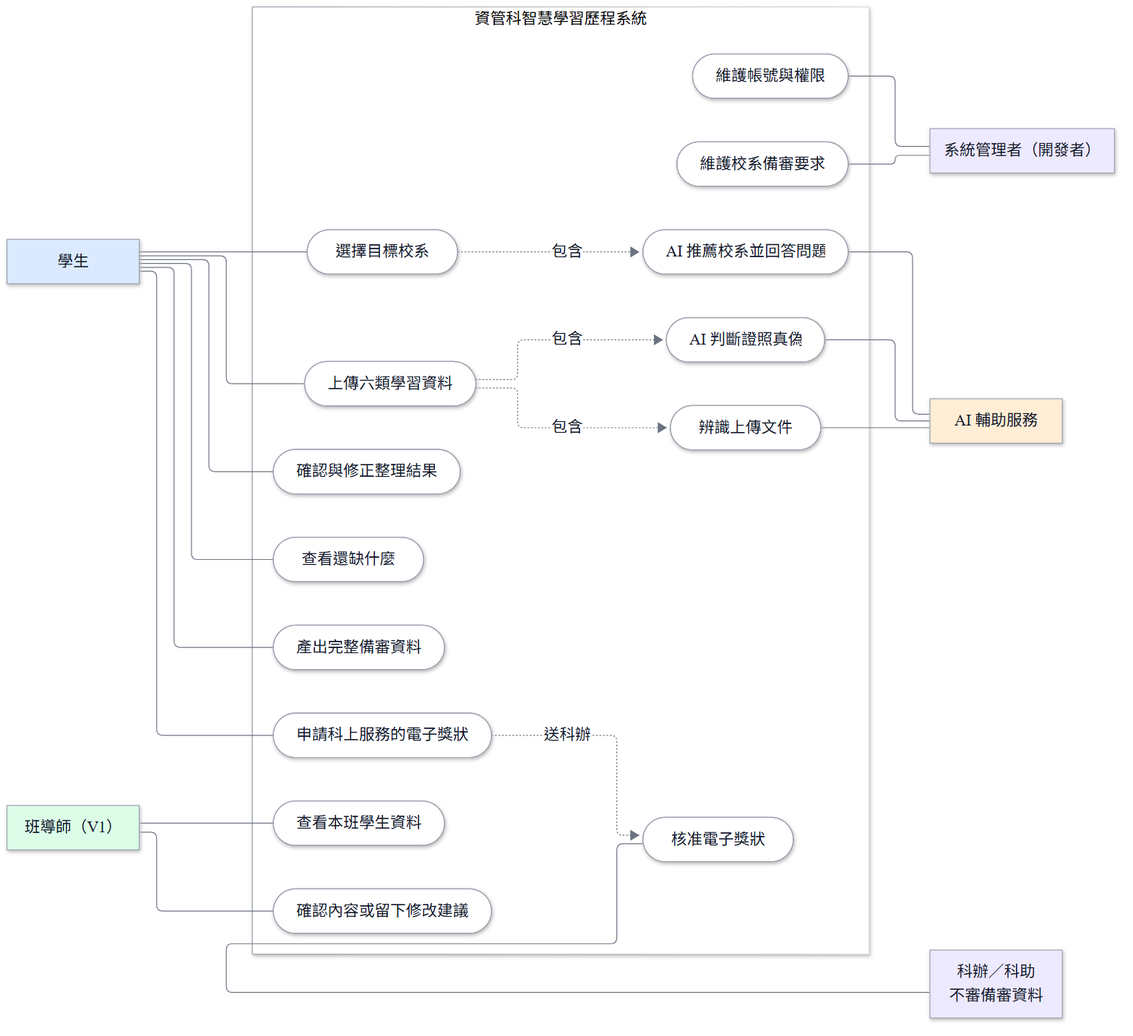
This is docs/images/D-01-use-case-v2.png from 111534107/smart-learning-portfolio-main, a Mermaid export, as it was before one commit. Its source is kept beside it as docs/images/D-01-use-case-v2.mmd. The source it was exported from:
```mermaid
%%{init: {'theme':'base','themeVariables': {'fontSize':'18px','fontFamily':'DFKai-SB, BiauKai, serif','primaryColor':'#F3F4F6','primaryTextColor':'#111827','primaryBorderColor':'#9CA3AF','lineColor':'#6B7280','edgeLabelBackground':'#FFFFFF'},'flowchart':{'wrappingWidth':400}}}%%
flowchart LR
    classDef student fill:#DBEAFE,stroke:#9CA3AF,color:#111827,stroke-width:1px;
    classDef teacher fill:#DCFCE7,stroke:#9CA3AF,color:#111827,stroke-width:1px;
    classDef admin fill:#EDE9FE,stroke:#9CA3AF,color:#111827,stroke-width:1px;
    classDef ai fill:#FFEDD5,stroke:#9CA3AF,color:#111827,stroke-width:1px;
    classDef usecase fill:#FFFFFF,stroke:#9CA3AF,color:#111827,stroke-width:1px;
    classDef staff fill:#EDE9FE,stroke:#9CA3AF,color:#111827,stroke-width:1px;

    Student[學生]:::student
    Teacher[班導師（V1）]:::teacher

    subgraph SYS[資管科智慧學習歷程系統]
        direction TB
        UC1([選擇目標校系]):::usecase
        UC2([上傳六類學習資料]):::usecase
        UC3([確認與修正整理結果]):::usecase
        UC4([查看還缺什麼]):::usecase
        UC5([產出完整備審資料]):::usecase
        UC6([查看本班學生資料]):::usecase
        UC7([確認內容或留下修改建議]):::usecase
        UC8([辨識上傳文件]):::usecase
        UC11([AI 判斷證照真偽]):::usecase
        UC12([AI 推薦校系並回答問題]):::usecase
        UC13([核准電子獎狀]):::usecase
        UC14([申請科上服務的電子獎狀]):::usecase
        UC9([維護校系備審要求]):::usecase
        UC10([維護帳號與權限]):::usecase
    end

    Admin[系統管理者（開發者）]:::admin
    AI[AI 輔助服務]:::ai
    Staff[科辦／科助<br/>不審備審資料]:::staff

    Student --- UC1
    Student --- UC2
    Student --- UC3
    Student --- UC4
    Student --- UC5
    Student --- UC14
    UC14 -. 送科辦 .-> UC13
    UC1 -. 包含 .-> UC12
    UC2 -. 包含 .-> UC11
    Teacher --- UC6
    Teacher --- UC7
    UC2 -. 包含 .-> UC8
    UC8 --- AI
    UC11 --- AI
    UC12 --- AI
    Staff --- UC13
    UC9 --- Admin
    UC10 --- Admin
    SYS ~~~ Staff
```
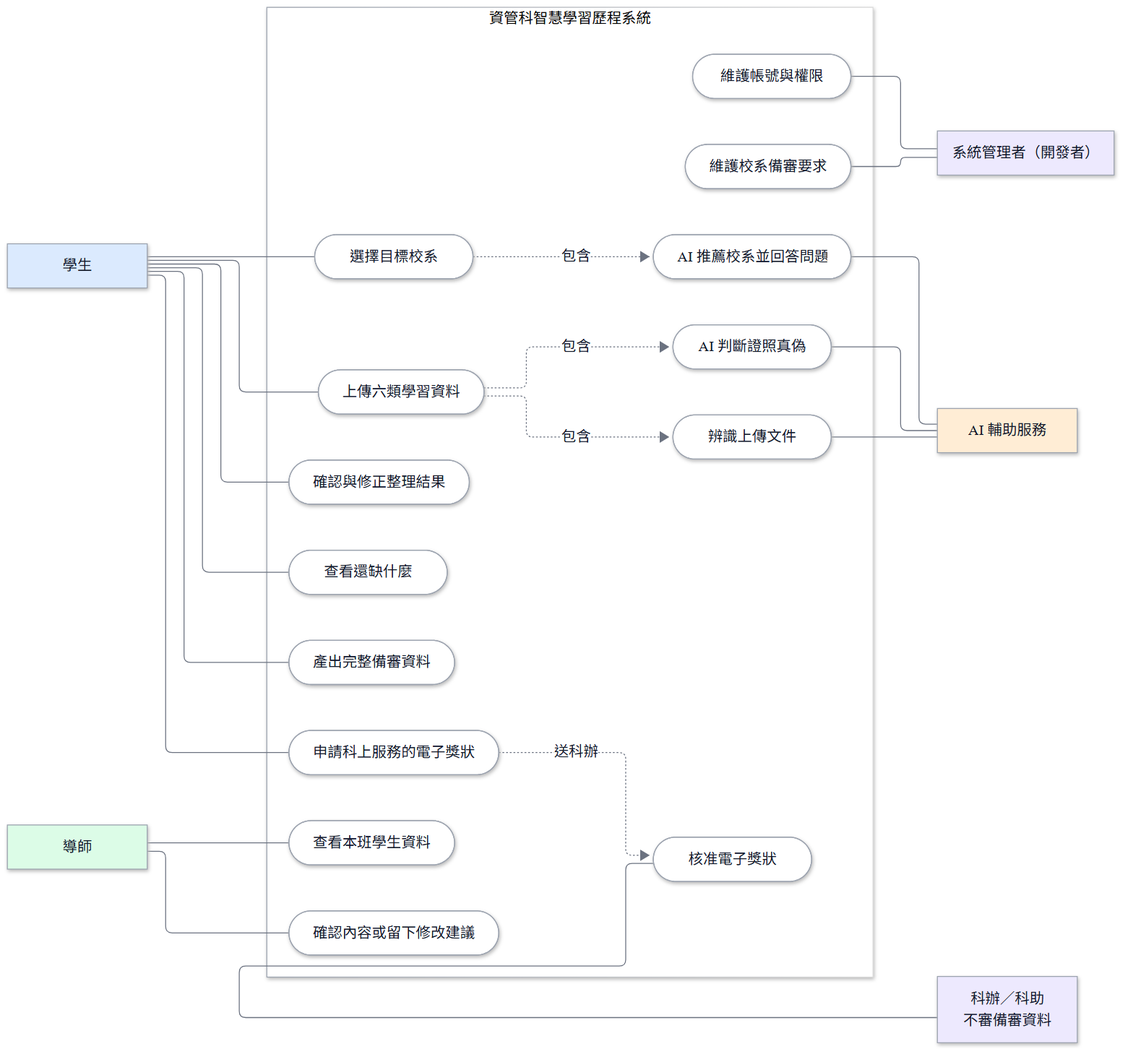
Later version of the same file.

Change to the diagram source:
```diff
@@ -8,7 +8,7 @@
     classDef staff fill:#EDE9FE,stroke:#9CA3AF,color:#111827,stroke-width:1px;
 
     Student[學生]:::student
-    Teacher[班導師（V1）]:::teacher
+    Teacher[導師]:::teacher
 
     subgraph SYS[資管科智慧學習歷程系統]
         direction TB
```
